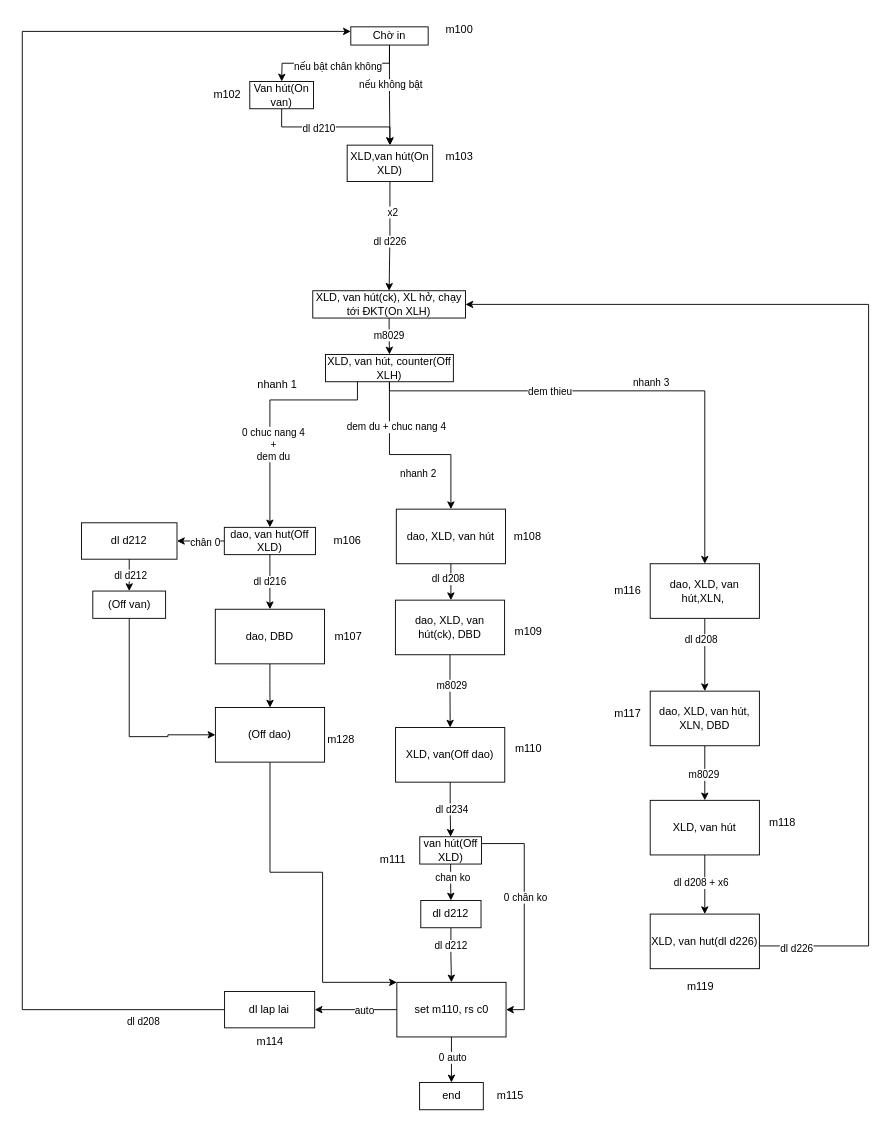
This is trai muc truoc.drawio from robowindgit/a0-quyencun, a draw.io file, before an edit. Source tidied: cells renumbered, new cells numbered last; positions are measured from the earlier drawing's top-left corner, leaving out a move shared by most shapes. Both pictures are drawn from the tidied source at 91%, with x=0, y=0 at pixel (22, 15).
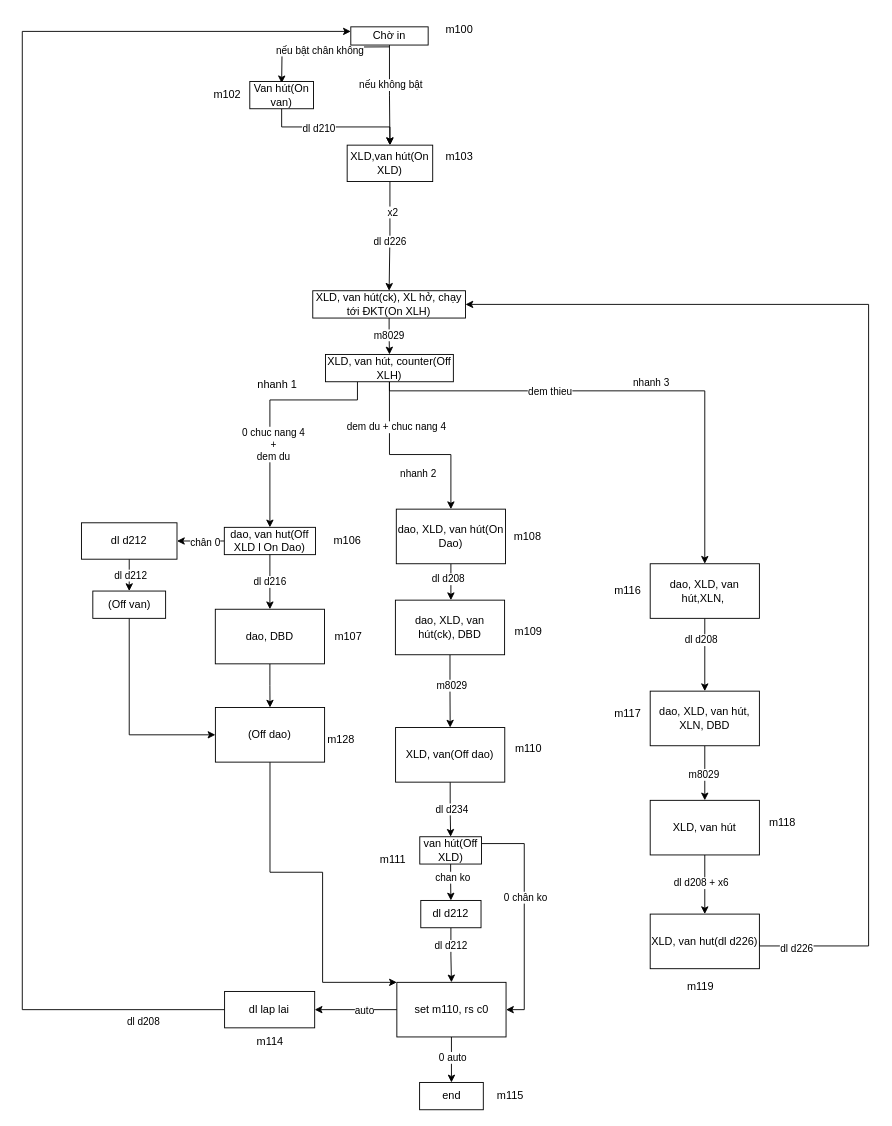
After the change.

Commit message:
Cập nhật trai muc truoc.drawio

Unchanged cells that the change refers to:
```xml
<mxCell id="7" value="Chờ in" style="rounded=0;whiteSpace=wrap;html=1;" parent="1" vertex="1">
  <mxGeometry x="361" y="12" width="85" height="20" as="geometry" />
</mxCell>
<mxCell id="88" value="(Off dao)" style="whiteSpace=wrap;html=1;" parent="1" vertex="1">
  <mxGeometry x="212.2" y="760" width="120" height="60" as="geometry" />
</mxCell>
<mxCell id="93" value="(Off van)" style="whiteSpace=wrap;html=1;" parent="1" vertex="1">
  <mxGeometry x="77.5" y="632" width="80" height="30" as="geometry" />
</mxCell>
```

What changed in the source:
```diff
@@
-    <mxCell id="2" style="edgeStyle=orthogonalEdgeStyle;rounded=0;jettySize=auto;html=1;exitX=0.5;exitY=1;exitDx=0;exitDy=0;" parent="1" edge="1" source="7">
+    <mxCell id="2" style="edgeStyle=orthogonalEdgeStyle;rounded=0;orthogonalLoop=1;jettySize=auto;html=1;exitX=0.5;exitY=1;exitDx=0;exitDy=0;" parent="1" edge="1">
       <mxGeometry relative="1" as="geometry">
-        <mxPoint x="285" y="72" as="targetPoint" />
+        <mxPoint x="403.5" y="34" as="sourcePoint" />
+        <mxPoint x="285" y="74" as="targetPoint" />
       </mxGeometry>
     </mxCell>
@@
-    <mxCell id="29" value="dao, van hut(Off XLD)" style="whiteSpace=wrap;html=1;" parent="1" vertex="1">
+    <mxCell id="29" value="dao, van hut(Off XLD l On Dao)" style="whiteSpace=wrap;html=1;" parent="1" vertex="1">
       <mxGeometry x="222" y="562" width="100.2" height="30" as="geometry" />
     </mxCell>
@@
-    <mxCell id="35" value="dao, XLD, van hút" style="whiteSpace=wrap;html=1;" parent="1" vertex="1">
+    <mxCell id="35" value="dao, XLD, van hút(On Dao)" style="whiteSpace=wrap;html=1;" parent="1" vertex="1">
       <mxGeometry x="411" y="542" width="120" height="60" as="geometry" />
     </mxCell>
@@
     <mxCell id="92" style="edgeStyle=orthogonalEdgeStyle;rounded=0;jettySize=auto;html=1;exitX=0.5;exitY=1;exitDx=0;exitDy=0;entryX=0;entryY=0.5;entryDx=0;entryDy=0;" parent="1" edge="1" source="93" target="88">
       <mxGeometry relative="1" as="geometry">
         <Array as="points">
-          <mxPoint x="117" y="792" />
-          <mxPoint x="160" y="792" />
-          <mxPoint x="160" y="790" />
+          <mxPoint x="118" y="790" />
         </Array>
       </mxGeometry>
     </mxCell>
```
